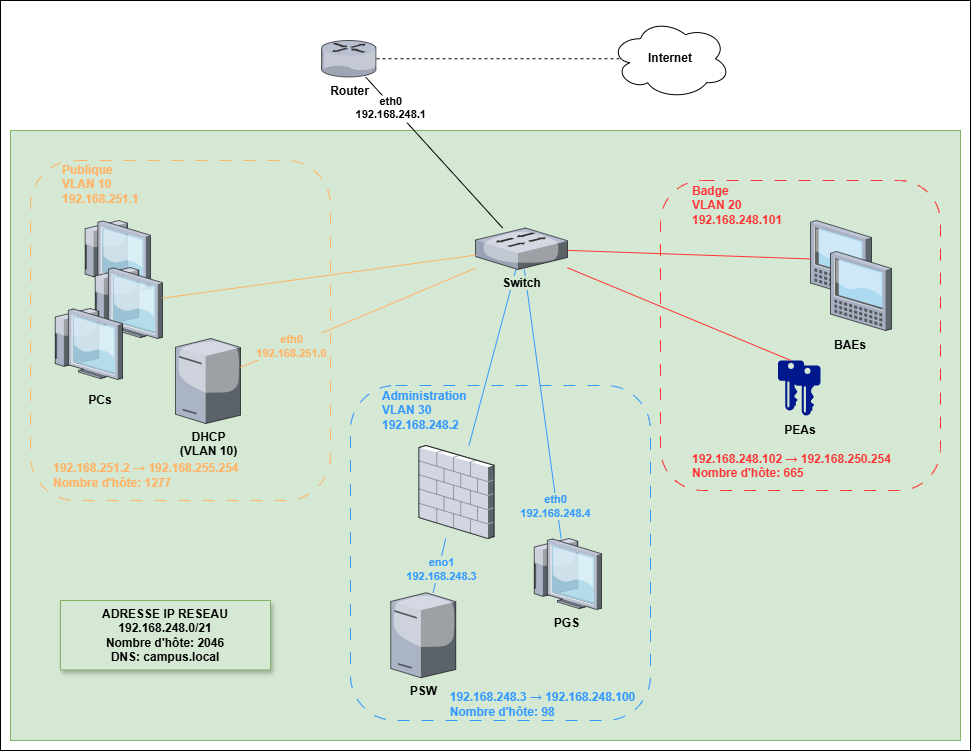
Before: PartieCommune/Reseau/InfraReseau(finale).png, a diagram exported from draw.io (RobinMartineau/Acc-s-campus-). Source tidied: cells renumbered, new cells last; positions are measured from the earlier drawing's top-left corner, leaving out a move shared by most shapes.
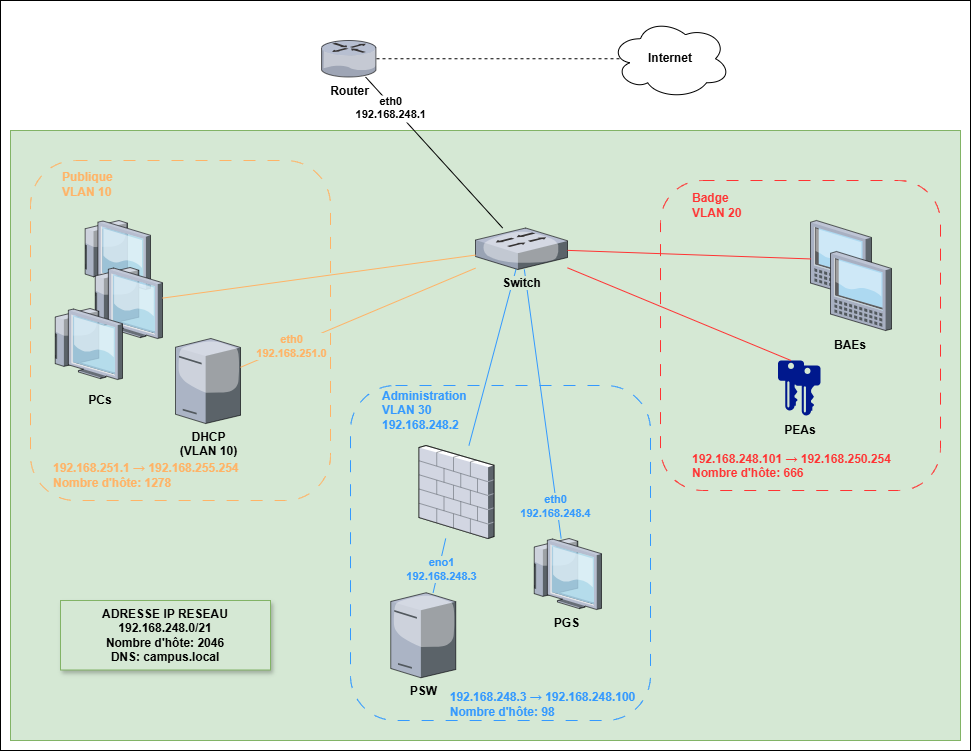
The same file after the commit.

Commit message:
Ajout du fichier conf switch

What changed in the source:
```diff
@@ -63,10 +63,10 @@
         <mxPoint x="-23" y="-26" as="offset" />
       </mxGeometry>
     </mxCell>
-    <mxCell id="21" value="192.168.248.102 → 192.168.250.254 Nombre d'hôte: 665" style="text;whiteSpace=wrap;html=1;fontColor=#FF3333;fontStyle=1;" parent="1" vertex="1">
+    <mxCell id="21" value="192.168.248.101 → 192.168.250.254 Nombre d'hôte: 666" style="text;whiteSpace=wrap;html=1;fontColor=#FF3333;fontStyle=1;" parent="1" vertex="1">
       <mxGeometry x="690" y="445" width="230" height="40" as="geometry" />
     </mxCell>
-    <mxCell id="22" value="&lt;div&gt;Badge&lt;/div&gt;VLAN 20&lt;div&gt;192.168.248.101&lt;/div&gt;" style="text;html=1;align=left;verticalAlign=middle;whiteSpace=wrap;rounded=0;fontColor=#FF3333;fontStyle=1;" parent="1" vertex="1">
+    <mxCell id="22" value="&lt;div&gt;Badge&lt;/div&gt;VLAN 20" style="text;html=1;align=left;verticalAlign=middle;whiteSpace=wrap;rounded=0;fontColor=#FF3333;fontStyle=1;" parent="1" vertex="1">
       <mxGeometry x="690" y="190" width="120" height="30" as="geometry" />
     </mxCell>
     <mxCell id="23" style="endArrow=none;html=1;rounded=0;entryX=0.5;entryY=0;entryDx=0;entryDy=0;entryPerimeter=0;strokeColor=#FF3333;" parent="1" edge="1" source="15" target="7">
@@ -81,7 +81,7 @@
     <mxCell id="26" value="PEAs" style="text;html=1;align=center;verticalAlign=middle;whiteSpace=wrap;rounded=0;fontStyle=1;" parent="1" vertex="1">
       <mxGeometry x="770" y="415" width="60" height="30" as="geometry" />
     </mxCell>
-    <mxCell id="27" value="Publique&lt;div&gt;&lt;font&gt;VLAN 10&lt;/font&gt;&lt;/div&gt;&lt;div&gt;&lt;font&gt;192.168.251.1&lt;/font&gt;&lt;/div&gt;" style="text;html=1;align=left;verticalAlign=middle;whiteSpace=wrap;rounded=0;fontStyle=1;fontColor=#FFB366;" parent="1" vertex="1">
+    <mxCell id="27" value="Publique&lt;div&gt;&lt;font&gt;VLAN 10&lt;/font&gt;&lt;/div&gt;" style="text;html=1;align=left;verticalAlign=middle;whiteSpace=wrap;rounded=0;fontStyle=1;fontColor=#FFB366;" parent="1" vertex="1">
       <mxGeometry x="60" y="169" width="60" height="30" as="geometry" />
     </mxCell>
     <mxCell id="28" value="PCs" style="text;html=1;align=center;verticalAlign=middle;whiteSpace=wrap;rounded=0;fontStyle=1;" parent="1" vertex="1">
@@ -119,7 +119,7 @@
     <mxCell id="38" style="endArrow=none;dashed=1;html=1;rounded=0;entryX=0.083;entryY=0.5;entryDx=0;entryDy=0;entryPerimeter=0;" parent="1" edge="1" source="18" target="34">
       <mxGeometry relative="1" as="geometry" />
     </mxCell>
-    <mxCell id="39" value="192.168.251.2 → 192.168.255.254&lt;br&gt;&lt;div&gt;Nombre d'hôte: 1277&lt;/div&gt;" style="text;html=1;align=left;verticalAlign=middle;whiteSpace=wrap;rounded=0;fontStyle=1;fontColor=#FFB366;" parent="1" vertex="1">
+    <mxCell id="39" value="192.168.251.1 → 192.168.255.254&lt;br&gt;&lt;div&gt;Nombre d'hôte: 1278&lt;/div&gt;" style="text;html=1;align=left;verticalAlign=middle;whiteSpace=wrap;rounded=0;fontStyle=1;fontColor=#FFB366;" parent="1" vertex="1">
       <mxGeometry x="51" y="460" width="200" height="30" as="geometry" />
     </mxCell>
     <mxCell id="40" value="&lt;b&gt;DHCP&lt;/b&gt;&lt;div&gt;&lt;b&gt;(VLAN 10)&lt;/b&gt;&lt;/div&gt;" style="verticalLabelPosition=bottom;sketch=0;html=1;verticalAlign=top;strokeColor=none;align=center;outlineConnect=0;shape=mxgraph.citrix.license_server;" parent="1" vertex="1">
```
